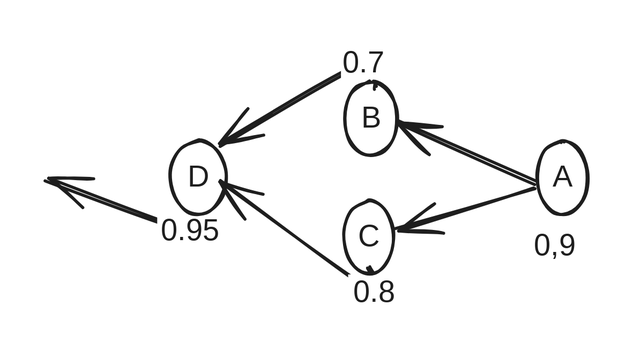
Before: Logistic_notebook/.gitbook/assets/file.excalidraw (7).svg, a diagram exported from Excalidraw (cristianjaviercano/cristianjaviercano). Source tidied: one line per element, renumbered; positions are measured from the earlier drawing's top-left corner, leaving out a move shared by most shapes. The source it was exported from:
```json
{"id": 0, "type": "ellipse", "strokeColor": "#1e1e1e", "strokeWidth": 2, "roughness": 1, "x": 327, "y": 52, "width": 34, "height": 49}
{"id": 1, "type": "ellipse", "strokeColor": "#1e1e1e", "strokeWidth": 2, "roughness": 1, "x": 199, "y": 12, "width": 35, "height": 49}
{"id": 2, "type": "ellipse", "strokeColor": "#1e1e1e", "strokeWidth": 2, "roughness": 1, "x": 198, "y": 91, "width": 33, "height": 49}
{"id": 3, "type": "ellipse", "strokeColor": "#1e1e1e", "strokeWidth": 2, "roughness": 1, "x": 83, "y": 51, "width": 37, "height": 49}
{"id": 4, "type": "arrow", "strokeColor": "#1e1e1e", "strokeWidth": 2, "roughness": 1, "endArrowhead": "arrow", "round": true, "to": 3, "x": 220, "y": 16, "width": 104, "height": 54, "points": [[0, 0], [-8, -16], [-104, 38]]}
{"id": 5, "type": "arrow", "strokeColor": "#1e1e1e", "strokeWidth": 2, "roughness": 1, "endArrowhead": "arrow", "round": true, "x": 215, "y": 136, "width": 103, "height": 74, "points": [[0, 0], [3, 17], [-100, -57]]}
{"id": 6, "type": "arrow", "strokeColor": "#1e1e1e", "strokeWidth": 2, "roughness": 1, "endArrowhead": "arrow", "round": true, "from": 3, "x": 99, "y": 101, "width": 99, "height": 35, "points": [[0, 0], [-4, 11], [-99, -24]]}
{"id": 7, "type": "text", "text": "A", "strokeColor": "#1e1e1e", "strokeWidth": 2, "roughness": 1, "fontSize": 20, "fontFamily": 1, "textAlign": "center", "verticalAlign": "middle", "inside": 0, "x": 337, "y": 64, "width": 13, "height": 25}
{"id": 8, "type": "text", "text": "B", "strokeColor": "#1e1e1e", "strokeWidth": 2, "roughness": 1, "fontSize": 20, "fontFamily": 1, "textAlign": "center", "verticalAlign": "middle", "inside": 1, "x": 209, "y": 24, "width": 15, "height": 25}
{"id": 9, "type": "text", "text": "C", "strokeColor": "#1e1e1e", "strokeWidth": 2, "roughness": 1, "fontSize": 20, "fontFamily": 1, "textAlign": "center", "verticalAlign": "middle", "inside": 2, "x": 208, "y": 103, "width": 13, "height": 25}
{"id": 10, "type": "text", "text": "D", "strokeColor": "#1e1e1e", "strokeWidth": 2, "roughness": 1, "fontSize": 20, "fontFamily": 1, "textAlign": "center", "verticalAlign": "middle", "inside": 3, "x": 93, "y": 63, "width": 16, "height": 25}
{"id": 11, "type": "text", "text": "0.7", "strokeColor": "#1e1e1e", "strokeWidth": 2, "roughness": 1, "fontSize": 20, "fontFamily": 1, "textAlign": "center", "verticalAlign": "middle", "inside": 4, "x": 141, "y": 14, "width": 30, "height": 25}
{"id": 12, "type": "text", "text": "0.8", "strokeColor": "#1e1e1e", "strokeWidth": 2, "roughness": 1, "fontSize": 20, "fontFamily": 1, "textAlign": "center", "verticalAlign": "middle", "inside": 5, "x": 139, "y": 94, "width": 35, "height": 25}
{"id": 13, "type": "text", "text": "0.95", "strokeColor": "#1e1e1e", "strokeWidth": 2, "roughness": 1, "fontSize": 20, "fontFamily": 1, "textAlign": "center", "verticalAlign": "middle", "inside": 6, "x": 18, "y": 54, "width": 44, "height": 25}
{"id": 14, "type": "arrow", "strokeColor": "#1e1e1e", "strokeWidth": 2, "roughness": 1, "endArrowhead": "arrow", "round": true, "from": 0, "x": 326, "y": 79, "width": 93, "height": 41, "points": [[0, 0], [-93, -41]]}
{"id": 15, "type": "arrow", "strokeColor": "#1e1e1e", "strokeWidth": 2, "roughness": 1, "endArrowhead": "arrow", "round": true, "from": 0, "to": 2, "x": 325, "y": 82, "width": 92, "height": 28, "points": [[0, 0], [-92, 28]]}
{"id": 16, "type": "text", "text": "0,9", "strokeColor": "#1e1e1e", "strokeWidth": 2, "roughness": 1, "fontSize": 20, "fontFamily": 1, "x": 325, "y": 109, "width": 31, "height": 25}
```
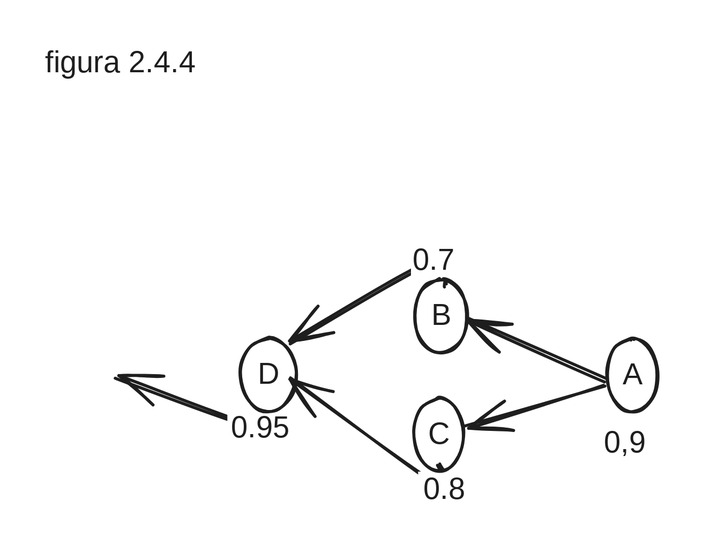
The same diagram one commit later.

Change to the diagram source:
```diff
@@ -15,3 +15,4 @@
 {"id": 14, "type": "arrow", "strokeColor": "#1e1e1e", "strokeWidth": 2, "roughness": 1, "endArrowhead": "arrow", "round": true, "from": 0, "x": 326, "y": 79, "width": 93, "height": 41, "points": [[0, 0], [-93, -41]]}
 {"id": 15, "type": "arrow", "strokeColor": "#1e1e1e", "strokeWidth": 2, "roughness": 1, "endArrowhead": "arrow", "round": true, "from": 0, "to": 2, "x": 325, "y": 82, "width": 92, "height": 28, "points": [[0, 0], [-92, 28]]}
 {"id": 16, "type": "text", "text": "0,9", "strokeColor": "#1e1e1e", "strokeWidth": 2, "roughness": 1, "fontSize": 20, "fontFamily": 1, "x": 325, "y": 109, "width": 31, "height": 25}
+{"id": 17, "type": "text", "text": "figura 2.4.4", "strokeColor": "#1e1e1e", "strokeWidth": 2, "roughness": 1, "fontSize": 20, "fontFamily": 1, "x": -48, "y": -145, "width": 118, "height": 25}
```
